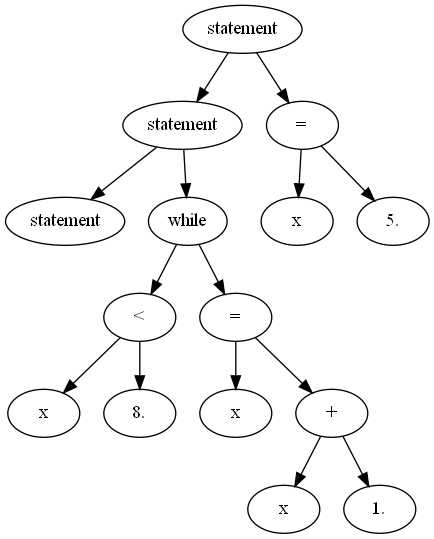
Above: russkie_alga!/parse.png in matmuher/flip-flop (Graphviz), before the change. Its source is kept beside it as russkie_alga!/parse.dot. Source of this version:
```dot
digraph G {
A007A23F0 [label = "statement"];
A007A23F0 -> A007A3510;
A007A23F0 -> A007A34E8;
A007A3510 [label = "statement"];
A007A3510 -> A007A6C88;
A007A3510 -> A007A0508;
A007A6C88 [label = "statement"];
A007A0508 [label = "while"];
A007A0508 -> A007A3590;
A007A0508 -> A007A04F0;
A007A3590 [label = "<"];
A007A3590 -> A007A3540;
A007A3590 -> A007A3568;
A007A3540 [label = "x"];
A007A3568 [label = "8."];
A007A04F0 [label = "="];
A007A04F0 -> A007A35B8;
A007A04F0 -> A007A04D8;
A007A35B8 [label = "x"];
A007A04D8 [label = "+"];
A007A04D8 -> A007A35E0;
A007A04D8 -> A007A04B0;
A007A35E0 [label = "x"];
A007A04B0 [label = "1."];
A007A34E8 [label = "="];
A007A34E8 -> A007A2420;
A007A34E8 -> A007A2448;
A007A2420 [label = "x"];
A007A2448 [label = "5."];
}
```
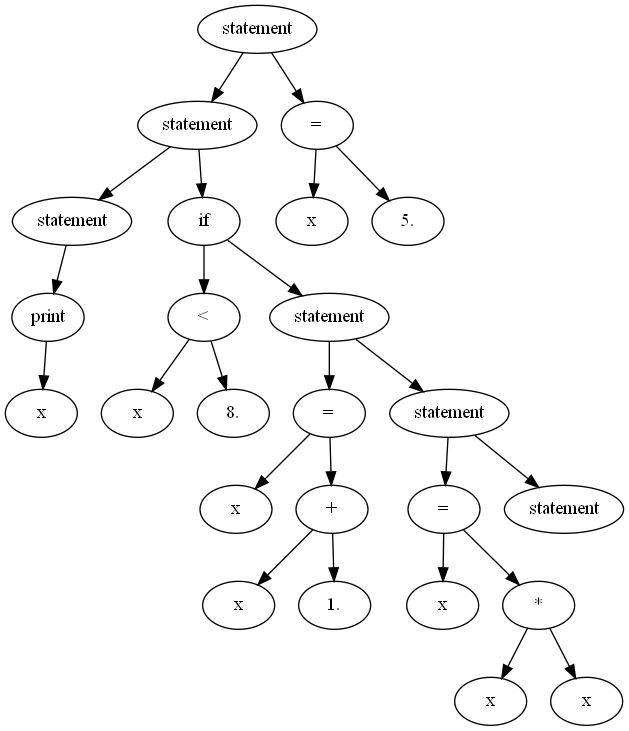
Later version of the same file.

Commit message:
fix while and if complex statements released that it fucking hard to backend with current tree view

Change to the diagram source:
```diff
@@ -1,31 +1,51 @@
 digraph G {
-A007A23F0 [label = "statement"];
-A007A23F0 -> A007A3510;
-A007A23F0 -> A007A34E8;
-A007A3510 [label = "statement"];
-A007A3510 -> A007A6C88;
-A007A3510 -> A007A0508;
-A007A6C88 [label = "statement"];
-A007A0508 [label = "while"];
-A007A0508 -> A007A3590;
-A007A0508 -> A007A04F0;
-A007A3590 [label = "<"];
-A007A3590 -> A007A3540;
-A007A3590 -> A007A3568;
-A007A3540 [label = "x"];
-A007A3568 [label = "8."];
-A007A04F0 [label = "="];
-A007A04F0 -> A007A35B8;
-A007A04F0 -> A007A04D8;
-A007A35B8 [label = "x"];
-A007A04D8 [label = "+"];
-A007A04D8 -> A007A35E0;
-A007A04D8 -> A007A04B0;
-A007A35E0 [label = "x"];
-A007A04B0 [label = "1."];
-A007A34E8 [label = "="];
-A007A34E8 -> A007A2420;
-A007A34E8 -> A007A2448;
-A007A2420 [label = "x"];
-A007A2448 [label = "5."];
+A00B02460 [label = "statement"];
+A00B02460 -> A00B035B8;
+A00B02460 -> A00B03590;
+A00B035B8 [label = "statement"];
+A00B035B8 -> A00B06BF8;
+A00B035B8 -> A00B06C58;
+A00B06BF8 [label = "statement"];
+A00B06BF8 -> A00B06CA0;
+A00B06CA0 [label = "print"];
+A00B06CA0 -> A00B06D18;
+A00B06D18 [label = "x"];
+A00B06C58 [label = "if"];
+A00B06C58 -> A00B004B0;
+A00B06C58 -> A00B004D8;
+A00B004B0 [label = "<"];
+A00B004B0 -> A00B035E8;
+A00B004B0 -> A00B03610;
+A00B035E8 [label = "x"];
+A00B03610 [label = "8."];
+A00B004D8 [label = "statement"];
+A00B004D8 -> A00B06C10;
+A00B004D8 -> A00B06D00;
+A00B06C10 [label = "="];
+A00B06C10 -> A00B00508;
+A00B06C10 -> A00B00550;
+A00B00508 [label = "x"];
+A00B00550 [label = "+"];
+A00B00550 -> A00B00520;
+A00B00550 -> A00B00538;
+A00B00520 [label = "x"];
+A00B00538 [label = "1."];
+A00B06D00 [label = "statement"];
+A00B06D00 -> A00B06C88;
+A00B06D00 -> A00B06BE0;
+A00B06C88 [label = "="];
+A00B06C88 -> A00B06C28;
+A00B06C88 -> A00B06BC8;
+A00B06C28 [label = "x"];
+A00B06BC8 [label = "*"];
+A00B06BC8 -> A00B06CB8;
+A00B06BC8 -> A00B06C70;
+A00B06CB8 [label = "x"];
+A00B06C70 [label = "x"];
+A00B06BE0 [label = "statement"];
+A00B03590 [label = "="];
+A00B03590 -> A00B02490;
+A00B03590 -> A00B03568;
+A00B02490 [label = "x"];
+A00B03568 [label = "5."];
 }
```
